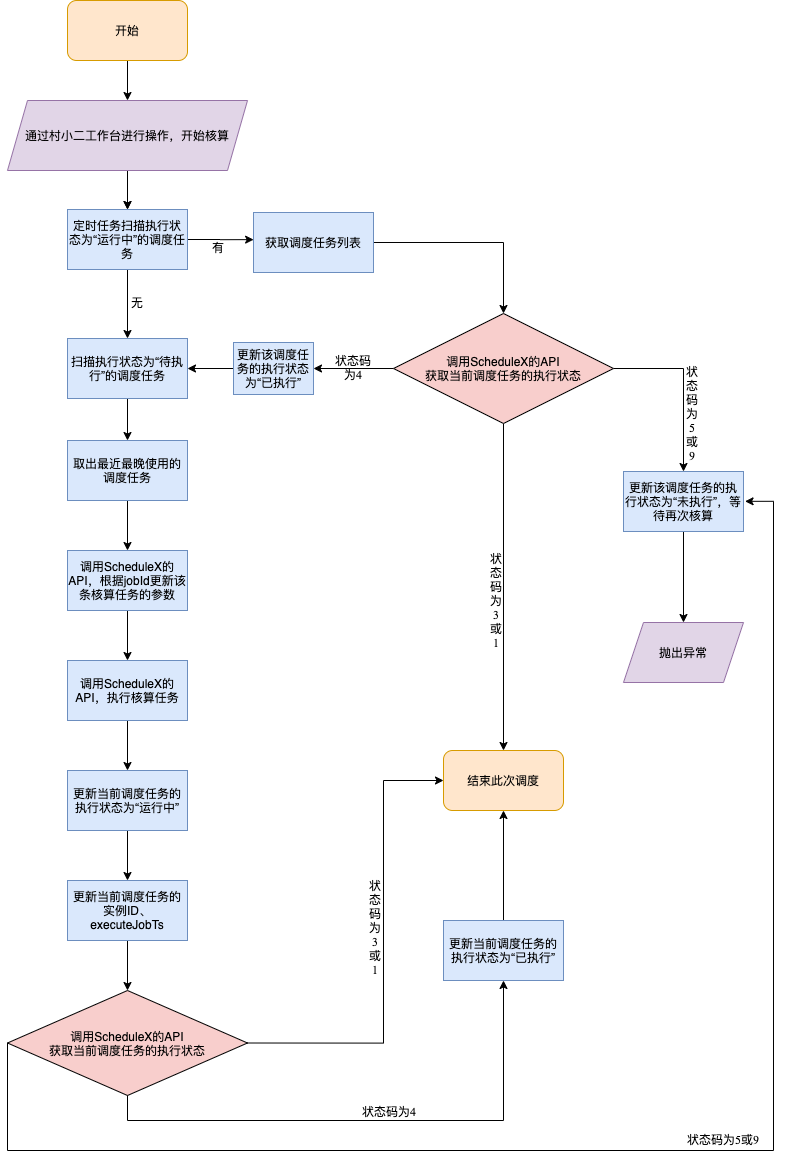
Above: Untitled Diagram.png in Martina001/diagram (draw.io), before the change. Source tidied: cells renumbered, new cells last; positions are measured from the earlier drawing's top-left corner, leaving out a move shared by most shapes.
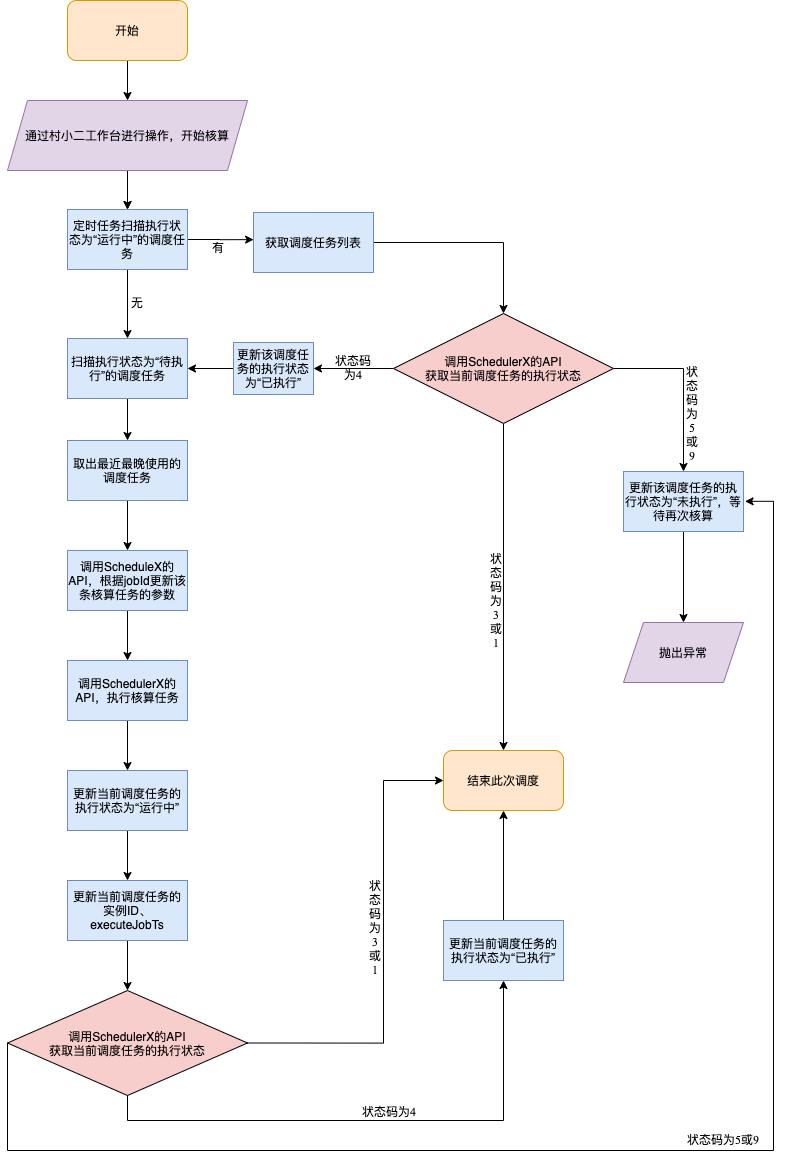
The same file after the commit.

The edit, as a diff of the source:
```diff
@@ -41,7 +41,7 @@
     <mxCell id="14" style="edgeStyle=orthogonalEdgeStyle;rounded=0;jettySize=auto;html=1;" parent="1" edge="1" source="15" target="20">
       <mxGeometry relative="1" as="geometry" />
     </mxCell>
-    <mxCell id="15" value="&lt;span&gt;调用ScheduleX的API&lt;br&gt;获取当前调度任务的执行状态&lt;/span&gt;" style="rhombus;whiteSpace=wrap;html=1;fillColor=#f8cecc;" parent="1" vertex="1">
+    <mxCell id="15" value="&lt;span&gt;调用SchedulerX的API&lt;br&gt;获取当前调度任务的执行状态&lt;/span&gt;" style="rhombus;whiteSpace=wrap;html=1;fillColor=#f8cecc;" parent="1" vertex="1">
       <mxGeometry x="386" y="313" width="220" height="110" as="geometry" />
     </mxCell>
     <mxCell id="16" style="edgeStyle=orthogonalEdgeStyle;rounded=0;jettySize=auto;html=1;exitX=0;exitY=0.5;exitDx=0;exitDy=0;" parent="1" edge="1" source="17" target="22">
@@ -80,7 +80,7 @@
     <mxCell id="27" style="edgeStyle=orthogonalEdgeStyle;rounded=0;jettySize=auto;html=1;" parent="1" edge="1" source="28" target="30">
       <mxGeometry relative="1" as="geometry" />
     </mxCell>
-    <mxCell id="28" value="调用ScheduleX的API，执行核算任务" style="whiteSpace=wrap;html=1;fillColor=#dae8fc;strokeColor=#6c8ebf;" parent="1" vertex="1">
+    <mxCell id="28" value="调用SchedulerX的API，执行核算任务" style="whiteSpace=wrap;html=1;fillColor=#dae8fc;strokeColor=#6c8ebf;" parent="1" vertex="1">
       <mxGeometry x="60" y="660" width="120" height="60" as="geometry" />
     </mxCell>
     <mxCell id="29" style="edgeStyle=orthogonalEdgeStyle;rounded=0;jettySize=auto;html=1;" parent="1" edge="1" source="30" target="32">
@@ -112,7 +112,7 @@
         </Array>
       </mxGeometry>
     </mxCell>
-    <mxCell id="35" value="调用ScheduleX的API&lt;br&gt;获取当前调度任务的执行状态" style="rhombus;whiteSpace=wrap;html=1;fillColor=#f8cecc;" parent="1" vertex="1">
+    <mxCell id="35" value="调用SchedulerX的API&lt;br&gt;获取当前调度任务的执行状态" style="rhombus;whiteSpace=wrap;html=1;fillColor=#f8cecc;" parent="1" vertex="1">
       <mxGeometry y="990" width="240" height="105" as="geometry" />
     </mxCell>
     <mxCell id="36" style="edgeStyle=orthogonalEdgeStyle;rounded=0;jettySize=auto;html=1;entryX=0.5;entryY=1;entryDx=0;entryDy=0;" parent="1" edge="1" source="37" target="20">
```
